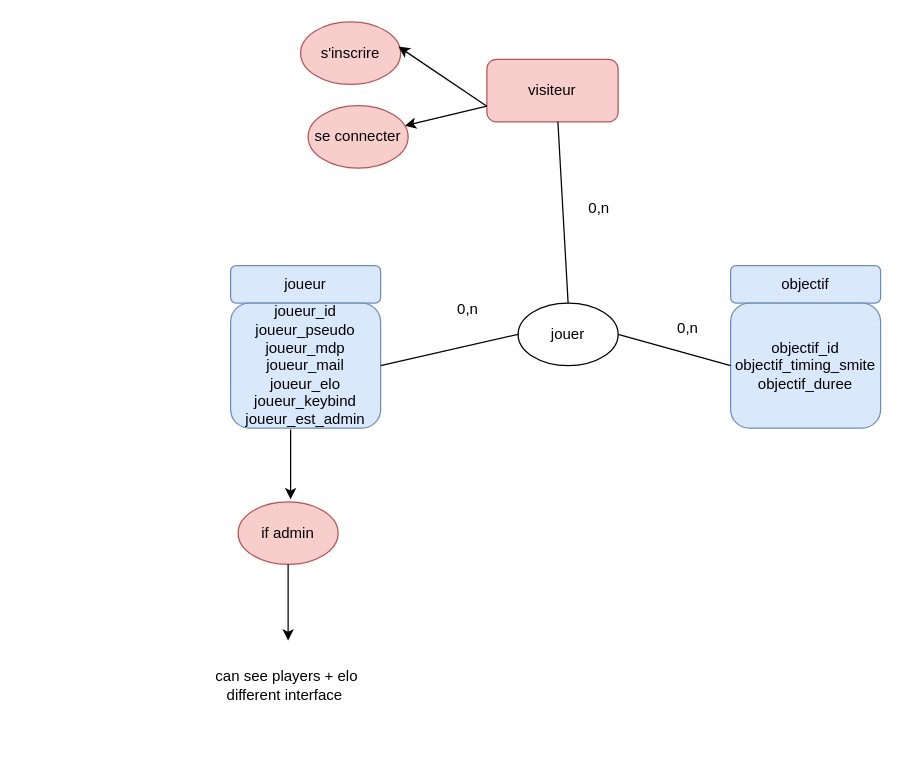
The draw.io diagram Untitled Diagram.drawio in 402rayan/Pop_smite, before the edit. Source tidied: cells renumbered, new cells numbered last; positions are measured from the earlier drawing's top-left corner, leaving out a move shared by most shapes. Both pictures are drawn from the tidied source at 125%, with x=0, y=0 at pixel (189, 21).
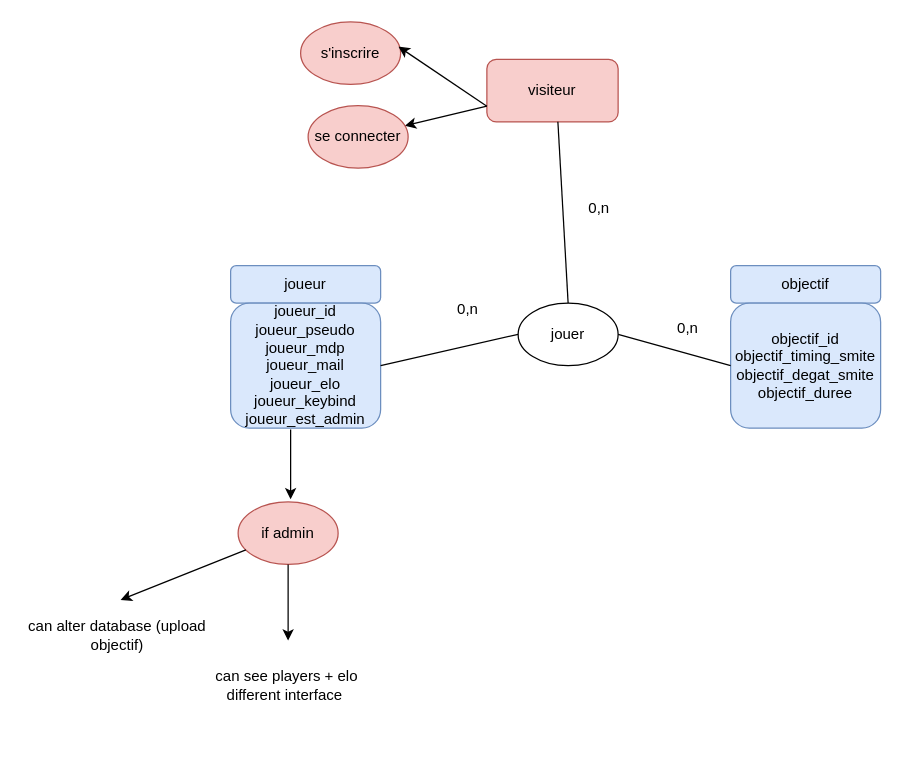
The same page after the edit.

The change refers to these unchanged cells:
```xml
<mxCell id="18" value="if admin" style="ellipse;whiteSpace=wrap;html=1;fillColor=#f8cecc;strokeColor=#b85450;" parent="1" vertex="1">
  <mxGeometry x="39" y="384" width="80" height="50" as="geometry" />
</mxCell>
```

Change to the diagram source:
```diff
@@
-    <mxCell id="5" value="objectif_id&lt;br&gt;objectif_timing_smite&lt;br&gt;objectif_duree" style="rounded=1;whiteSpace=wrap;html=1;fillColor=#dae8fc;strokeColor=#6c8ebf;" parent="1" vertex="1">
+    <mxCell id="5" value="objectif_id&lt;br&gt;objectif_timing_smite&lt;br&gt;objectif_degat_smite&lt;br&gt;objectif_duree" style="rounded=1;whiteSpace=wrap;html=1;fillColor=#dae8fc;strokeColor=#6c8ebf;" parent="1" vertex="1">
       <mxGeometry x="433" y="225" width="120" height="100" as="geometry" />
     </mxCell>
@@
+    <mxCell id="22" style="endArrow=classic;html=1;rounded=0;" parent="1" edge="1" source="18">
+      <mxGeometry relative="1" as="geometry">
+        <mxPoint x="-55" y="462.4" as="targetPoint" />
+      </mxGeometry>
+    </mxCell>
+    <mxCell id="23" value="can alter database (upload objectif)" style="text;html=1;strokeColor=none;fillColor=none;align=center;verticalAlign=middle;whiteSpace=wrap;rounded=0;" parent="1" vertex="1">
+      <mxGeometry x="-134" y="438.4" width="153" height="105" as="geometry" />
+    </mxCell>
```
